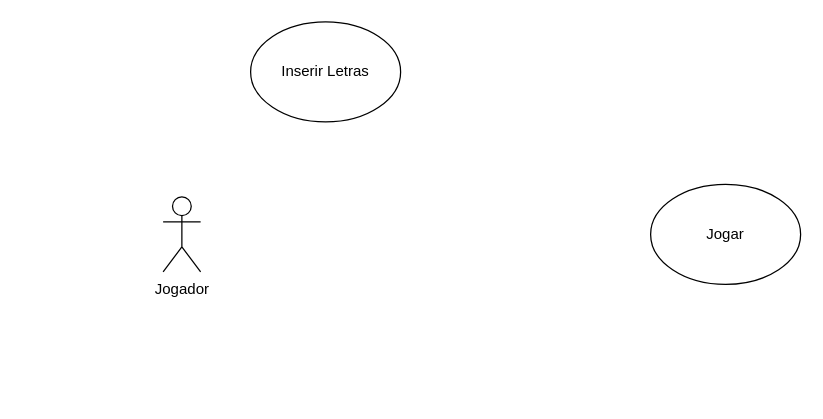
ArcanjoDaGuarda/AnjoProjetos keeps this draw.io diagram as OitavaTarefa.drawio. Above is the earlier version. Source tidied: cells renumbered, new cells numbered last; positions are measured from the earlier drawing's top-left corner, leaving out a move shared by most shapes. Both pictures are drawn from the tidied source at 125%, with x=0, y=0 at pixel (162, 21).
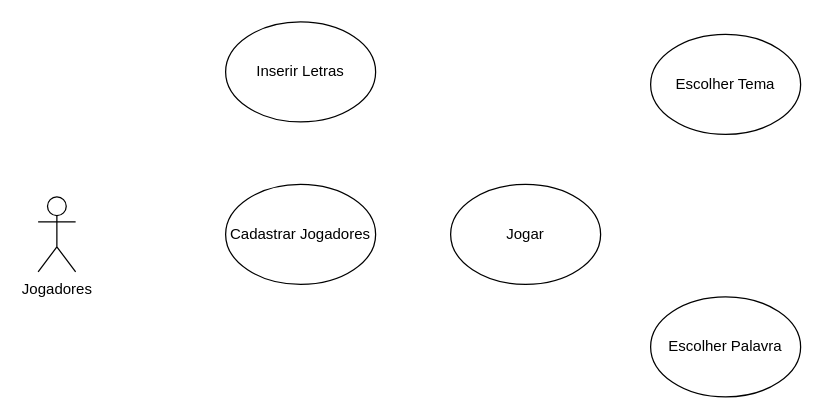
The same diagram, later.

Change to the diagram source:
```diff
@@
 <mxGraphModel>
   <root>
     <mxCell id="0" />
     <mxCell id="1" parent="0" />
     <mxCell id="2" value="Jogar" style="ellipse;whiteSpace=wrap;html=1;" parent="1" vertex="1">
-      <mxGeometry x="390" y="130" width="120" height="80" as="geometry" />
+      <mxGeometry x="230" y="130" width="120" height="80" as="geometry" />
     </mxCell>
-    <mxCell id="3" value="Jogador" style="shape=umlActor;verticalLabelPosition=bottom;verticalAlign=top;html=1;" parent="1" vertex="1">
-      <mxGeometry y="140" width="30" height="60" as="geometry" />
+    <mxCell id="3" value="Jogadores" style="shape=umlActor;verticalLabelPosition=bottom;verticalAlign=top;html=1;" parent="1" vertex="1">
+      <mxGeometry x="-100" y="140" width="30" height="60" as="geometry" />
     </mxCell>
     <mxCell id="4" value="Inserir Letras" style="ellipse;whiteSpace=wrap;html=1;" parent="1" vertex="1">
-      <mxGeometry x="70" width="120" height="80" as="geometry" />
+      <mxGeometry x="50" width="120" height="80" as="geometry" />
     </mxCell>
+    <mxCell id="5" value="Escolher Tema" style="ellipse;whiteSpace=wrap;html=1;" parent="1" vertex="1">
+      <mxGeometry x="390" y="10" width="120" height="80" as="geometry" />
+    </mxCell>
+    <mxCell id="6" value="Escolher Palavra" style="ellipse;whiteSpace=wrap;html=1;" parent="1" vertex="1">
+      <mxGeometry x="390" y="220" width="120" height="80" as="geometry" />
+    </mxCell>
+    <mxCell id="7" value="Cadastrar Jogadores" style="ellipse;whiteSpace=wrap;html=1;" parent="1" vertex="1">
+      <mxGeometry x="50" y="130" width="120" height="80" as="geometry" />
+    </mxCell>
   </root>
 </mxGraphModel>
```
